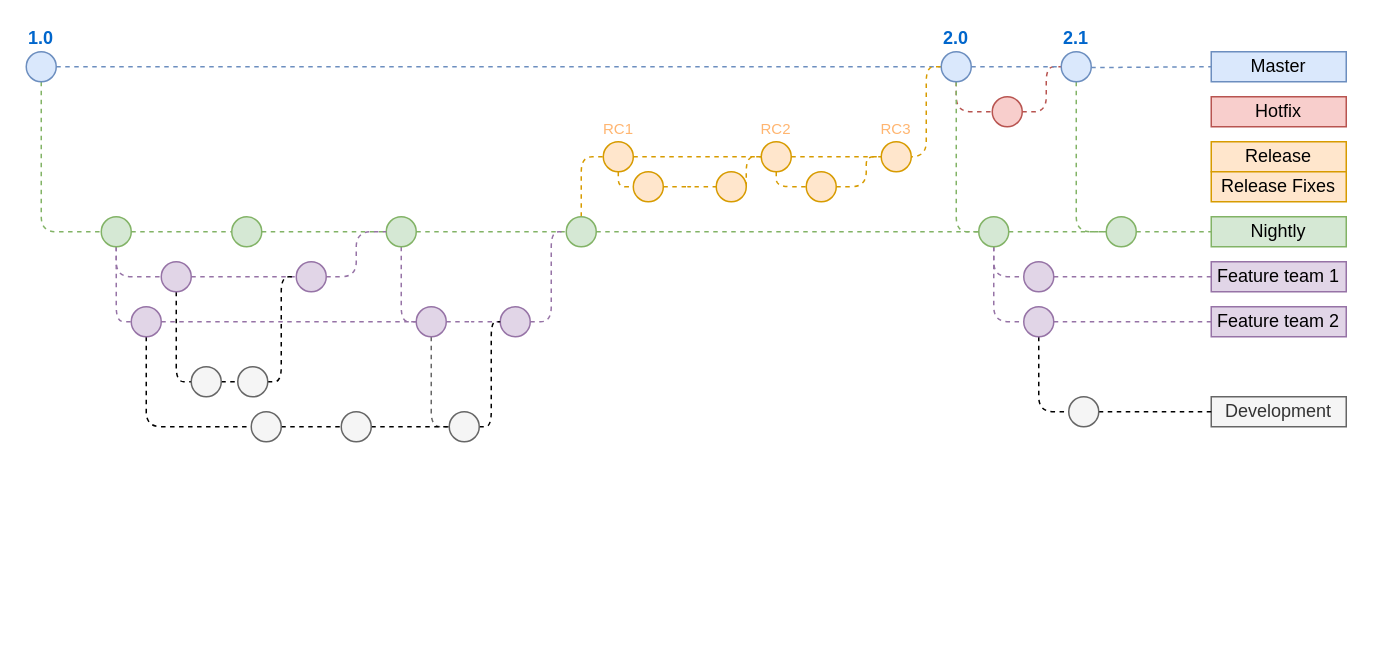
Above: Untitled Diagram.drawio in nashokin/Branching (draw.io), before the change. Source tidied: cells renumbered, new cells numbered last; positions are measured from the earlier drawing's top-left corner, leaving out a move shared by most shapes. Both pictures are drawn from the tidied source at 150%, with x=0, y=0 at pixel (26, 51).
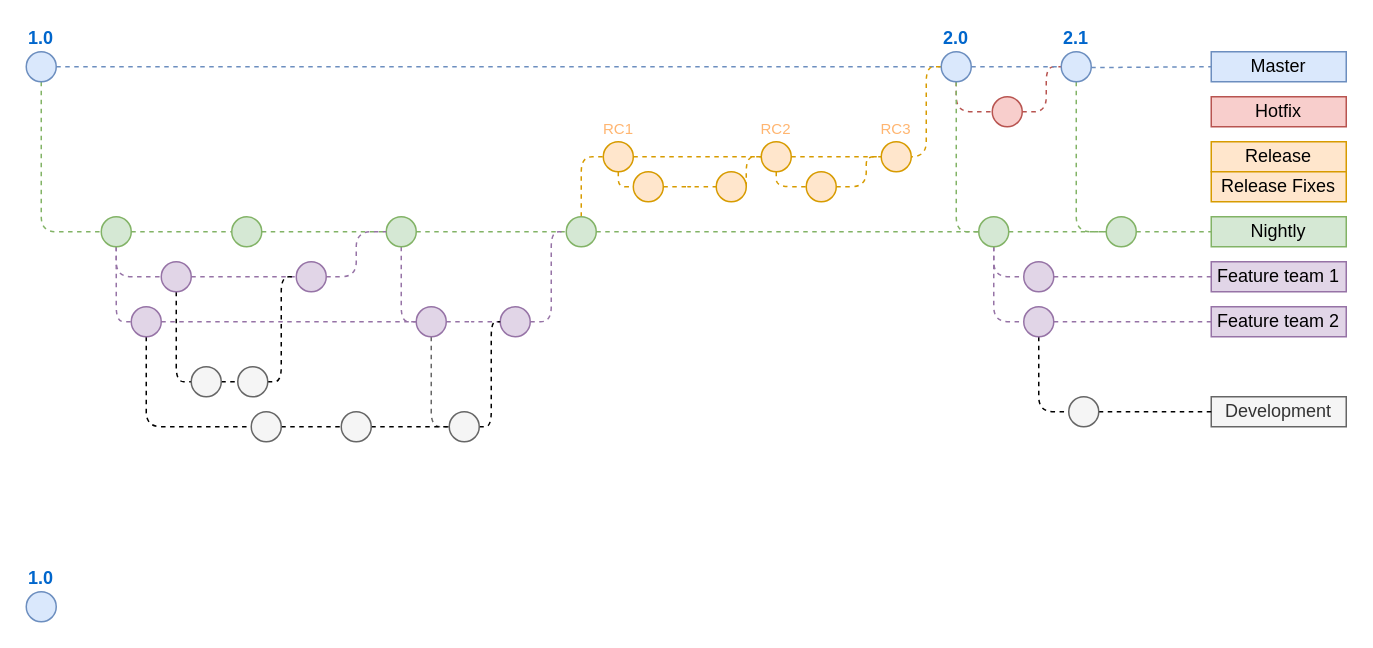
The same diagram, later.

What changed in the source:
```diff
@@
+    <mxCell id="83" value="1.0" style="ellipse;whiteSpace=wrap;html=1;fillColor=#dae8fc;strokeColor=#6c8ebf;fontStyle=1;labelPosition=center;verticalLabelPosition=top;align=center;verticalAlign=bottom;fontColor=#0066CC;" parent="1" vertex="1">
+      <mxGeometry y="360" width="20" height="20" as="geometry" />
+    </mxCell>
```
